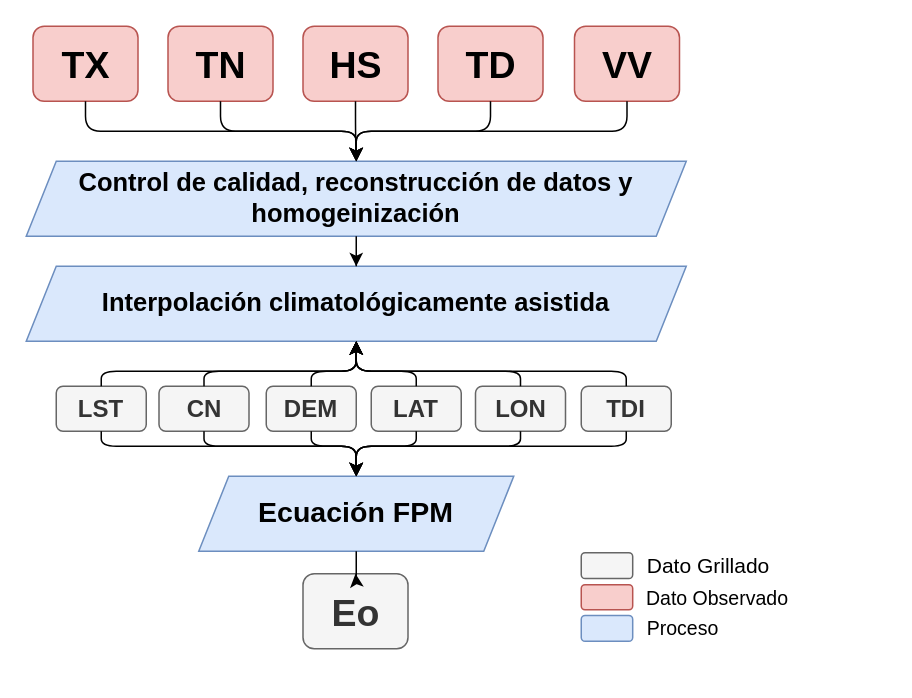
Before: Eo_diagram_FT_v2.drawio in adrHuerta/diagrams, a draw.io diagram. Source tidied: cells renumbered, new cells numbered last; positions are measured from the earlier drawing's top-left corner, leaving out a move shared by most shapes. Both pictures are drawn from the tidied source at 150%, with x=0, y=0 at pixel (26, 26).
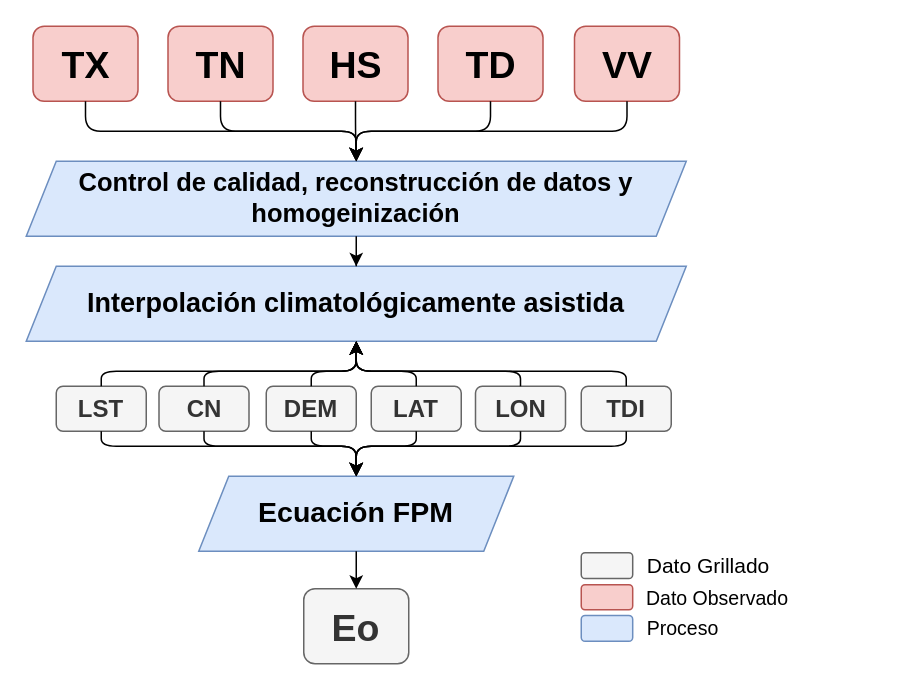
Above is the later version.

Unchanged cells that the change refers to:
```xml
<mxCell id="2" style="group;" parent="1" vertex="1">
  <mxGeometry width="573.5" height="430.5" as="geometry" />
</mxCell>
```

Diff of the diagram source:
```diff
@@
-    <mxCell id="14" value="Interpolación climatológicamente asistida" style="shape=parallelogram;perimeter=parallelogramPerimeter;whiteSpace=wrap;html=1;fixedSize=1;fontSize=17;fontStyle=1;fillColor=#dae8fc;strokeColor=#6c8ebf;" parent="2" vertex="1">
+    <mxCell id="14" value="Interpolación climatológicamente asistida" style="shape=parallelogram;perimeter=parallelogramPerimeter;whiteSpace=wrap;html=1;fixedSize=1;fontSize=18;fontStyle=1;fillColor=#dae8fc;strokeColor=#6c8ebf;" parent="2" vertex="1">
       <mxGeometry y="160" width="440" height="50" as="geometry" />
     </mxCell>
@@
     <mxCell id="17" value="&lt;font style=&quot;font-size: 25px&quot;&gt;Eo&lt;/font&gt;" style="rounded=1;whiteSpace=wrap;html=1;fontSize=17;fontStyle=1;fillColor=#f5f5f5;strokeColor=#666666;fontColor=#333333;" parent="2" vertex="1">
-      <mxGeometry x="184.5" y="365" width="70" height="50" as="geometry" />
+      <mxGeometry x="185" y="375" width="70" height="50" as="geometry" />
     </mxCell>
```
